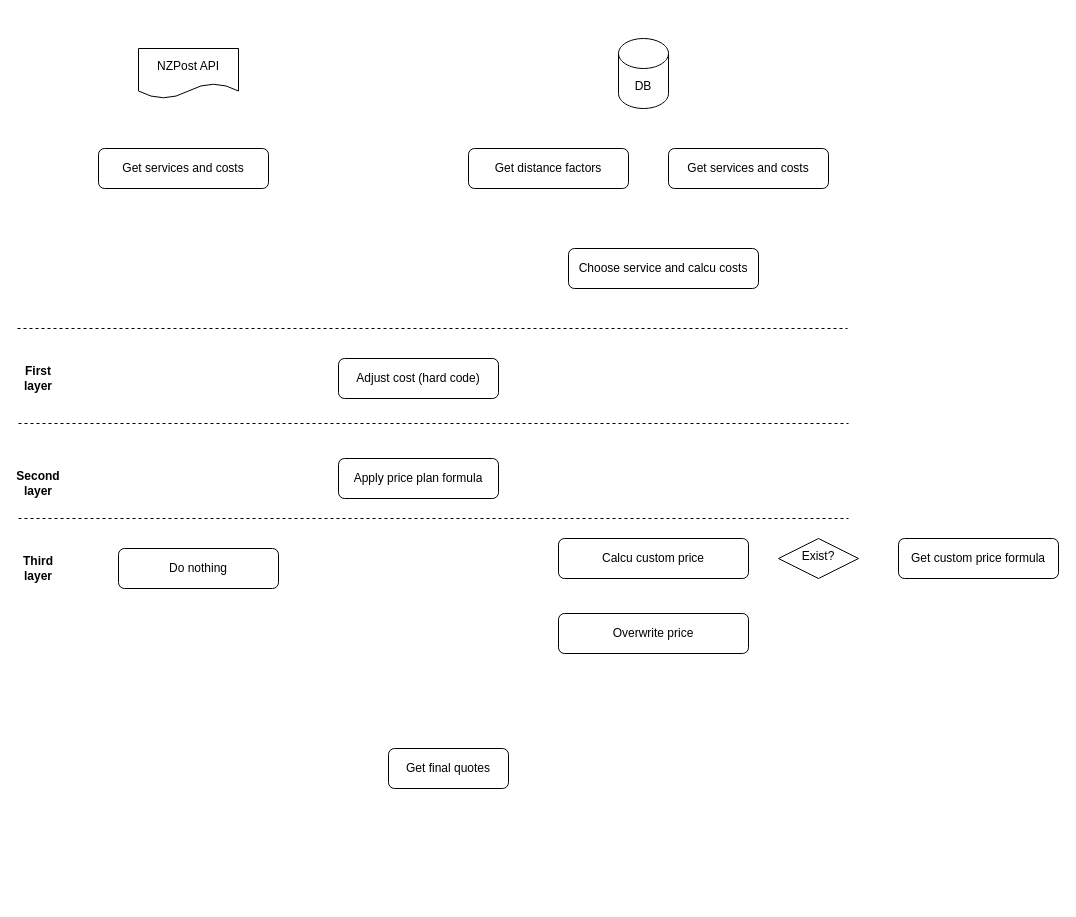
This is draw.io/Untitled Diagram.drawio from Kevin-Huang-NZ/notes, a draw.io file, before an edit. Source tidied: cells renumbered, new cells numbered last; positions are measured from the earlier drawing's top-left corner, leaving out a move shared by most shapes. Both pictures are drawn from the tidied source at 100%, with x=0, y=0 at pixel (17, 38).
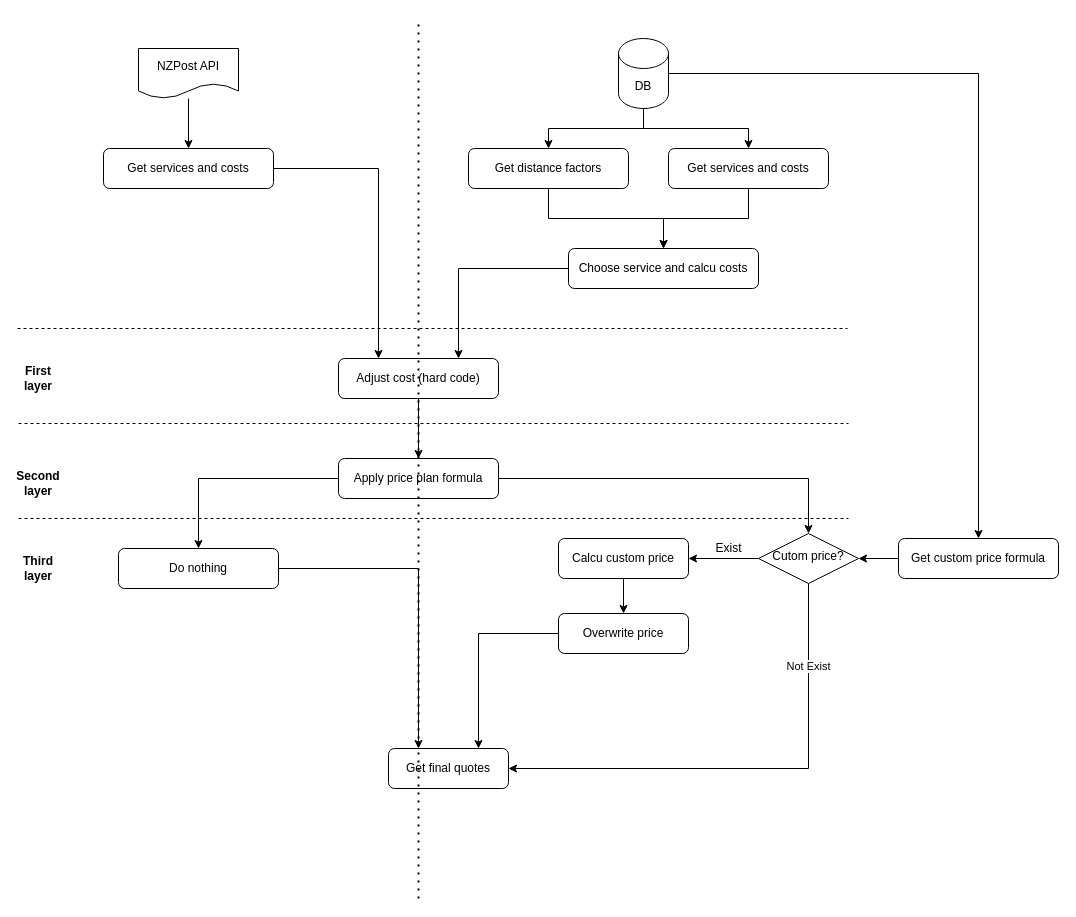
The same diagram, later.

Unchanged cells that the change refers to:
```xml
<mxCell id="4" value="Choose service and calcu costs" style="rounded=1;whiteSpace=wrap;html=1;fontSize=12;glass=0;strokeWidth=1;shadow=0;" parent="1" vertex="1">
  <mxGeometry x="551" y="210" width="190" height="40" as="geometry" />
</mxCell>
<mxCell id="5" value="Get final quotes" style="rounded=1;whiteSpace=wrap;html=1;fontSize=12;glass=0;strokeWidth=1;shadow=0;" parent="1" vertex="1">
  <mxGeometry x="371" y="710" width="120" height="40" as="geometry" />
</mxCell>
<mxCell id="6" value="Adjust cost (hard code)" style="rounded=1;whiteSpace=wrap;html=1;fontSize=12;glass=0;strokeWidth=1;shadow=0;" parent="1" vertex="1">
  <mxGeometry x="321" y="320" width="160" height="40" as="geometry" />
</mxCell>
<mxCell id="7" value="DB" style="shape=cylinder3;whiteSpace=wrap;html=1;boundedLbl=1;backgroundOutline=1;size=15;" parent="1" vertex="1">
  <mxGeometry x="601" width="50" height="70" as="geometry" />
</mxCell>
<mxCell id="8" value="NZPost API" style="shape=document;whiteSpace=wrap;html=1;boundedLbl=1;" parent="1" vertex="1">
  <mxGeometry x="121" y="10" width="100" height="50" as="geometry" />
</mxCell>
<mxCell id="9" value="Get distance factors" style="rounded=1;whiteSpace=wrap;html=1;fontSize=12;glass=0;strokeWidth=1;shadow=0;" parent="1" vertex="1">
  <mxGeometry x="451" y="110" width="160" height="40" as="geometry" />
</mxCell>
<mxCell id="10" value="Get services and costs" style="rounded=1;whiteSpace=wrap;html=1;fontSize=12;glass=0;strokeWidth=1;shadow=0;" parent="1" vertex="1">
  <mxGeometry x="651" y="110" width="160" height="40" as="geometry" />
</mxCell>
<mxCell id="15" value="Apply price plan formula" style="rounded=1;whiteSpace=wrap;html=1;fontSize=12;glass=0;strokeWidth=1;shadow=0;" parent="1" vertex="1">
  <mxGeometry x="321" y="420" width="160" height="40" as="geometry" />
</mxCell>
<mxCell id="18" value="Do nothing" style="rounded=1;whiteSpace=wrap;html=1;fontSize=12;glass=0;strokeWidth=1;shadow=0;" parent="1" vertex="1">
  <mxGeometry x="101" y="510" width="160" height="40" as="geometry" />
</mxCell>
<mxCell id="19" value="Get custom price formula" style="rounded=1;whiteSpace=wrap;html=1;fontSize=12;glass=0;strokeWidth=1;shadow=0;" parent="1" vertex="1">
  <mxGeometry x="881" y="500" width="160" height="40" as="geometry" />
</mxCell>
```

Diff of the diagram source:
```diff
@@
+    <mxCell id="22" style="edgeStyle=orthogonalEdgeStyle;rounded=0;jettySize=auto;html=1;entryX=0.25;entryY=0;entryDx=0;entryDy=0;" parent="1" edge="1" source="2" target="6">
+      <mxGeometry relative="1" as="geometry" />
+    </mxCell>
     <mxCell id="2" value="Get services and costs" style="rounded=1;whiteSpace=wrap;html=1;fontSize=12;glass=0;strokeWidth=1;shadow=0;" parent="1" vertex="1">
-      <mxGeometry x="81" y="110" width="170" height="40" as="geometry" />
+      <mxGeometry x="86" y="110" width="170" height="40" as="geometry" />
     </mxCell>
+    <mxCell id="23" style="edgeStyle=orthogonalEdgeStyle;rounded=0;jettySize=auto;html=1;entryX=1;entryY=0.5;entryDx=0;entryDy=0;" parent="1" edge="1" source="3" target="20">
+      <mxGeometry relative="1" as="geometry" />
+    </mxCell>
+    <mxCell id="24" style="edgeStyle=orthogonalEdgeStyle;rounded=0;jettySize=auto;html=1;entryX=1;entryY=0.5;entryDx=0;entryDy=0;exitX=0.5;exitY=1;exitDx=0;exitDy=0;" parent="1" edge="1" source="3" target="5">
+      <mxGeometry relative="1" as="geometry">
+        <Array as="points">
+          <mxPoint x="791" y="730" />
+        </Array>
+      </mxGeometry>
+    </mxCell>
+    <mxCell id="25" value="Not Exist" style="edgeLabel;html=1;align=center;verticalAlign=middle;" parent="24" vertex="1">
+      <mxGeometry x="-0.66" y="-1" relative="1" as="geometry" />
+    </mxCell>
-    <mxCell id="3" value="Exist?" style="rhombus;whiteSpace=wrap;html=1;shadow=0;fontFamily=Helvetica;fontSize=12;align=center;strokeWidth=1;spacing=6;spacingTop=-4;" parent="1" vertex="1">
-      <mxGeometry x="761" y="500" width="80" height="40" as="geometry" />
+    <mxCell id="3" value="Cutom price?" style="rhombus;whiteSpace=wrap;html=1;shadow=0;fontFamily=Helvetica;fontSize=12;align=center;strokeWidth=1;spacing=6;spacingTop=-4;" parent="1" vertex="1">
+      <mxGeometry x="741" y="495" width="100" height="50" as="geometry" />
     </mxCell>
+    <mxCell id="26" style="edgeStyle=orthogonalEdgeStyle;rounded=0;jettySize=auto;html=1;entryX=0.75;entryY=0;entryDx=0;entryDy=0;" parent="1" edge="1" source="4" target="6">
+      <mxGeometry relative="1" as="geometry" />
+    </mxCell>
@@
+    <mxCell id="27" style="edgeStyle=orthogonalEdgeStyle;rounded=0;jettySize=auto;html=1;entryX=0.5;entryY=0;entryDx=0;entryDy=0;" parent="1" edge="1" source="6" target="15">
+      <mxGeometry relative="1" as="geometry" />
+    </mxCell>
@@
+    <mxCell id="28" style="edgeStyle=orthogonalEdgeStyle;rounded=0;jettySize=auto;html=1;entryX=0.5;entryY=0;entryDx=0;entryDy=0;" parent="1" edge="1" source="7" target="9">
+      <mxGeometry relative="1" as="geometry" />
+    </mxCell>
+    <mxCell id="29" style="edgeStyle=orthogonalEdgeStyle;rounded=0;jettySize=auto;html=1;" parent="1" edge="1" source="7" target="10">
+      <mxGeometry relative="1" as="geometry" />
+    </mxCell>
+    <mxCell id="30" style="edgeStyle=orthogonalEdgeStyle;rounded=0;jettySize=auto;html=1;entryX=0.5;entryY=0;entryDx=0;entryDy=0;" parent="1" edge="1" source="7" target="19">
+      <mxGeometry relative="1" as="geometry" />
+    </mxCell>
@@
+    <mxCell id="31" style="edgeStyle=orthogonalEdgeStyle;rounded=0;jettySize=auto;html=1;" parent="1" edge="1" source="8" target="2">
+      <mxGeometry relative="1" as="geometry" />
+    </mxCell>
@@
+    <mxCell id="32" style="edgeStyle=orthogonalEdgeStyle;rounded=0;jettySize=auto;html=1;entryX=0.5;entryY=0;entryDx=0;entryDy=0;" parent="1" edge="1" source="9" target="4">
+      <mxGeometry relative="1" as="geometry" />
+    </mxCell>
@@
+    <mxCell id="33" style="edgeStyle=orthogonalEdgeStyle;rounded=0;jettySize=auto;html=1;entryX=0.5;entryY=0;entryDx=0;entryDy=0;" parent="1" edge="1" source="10" target="4">
+      <mxGeometry relative="1" as="geometry" />
+    </mxCell>
@@
+    <mxCell id="34" style="edgeStyle=orthogonalEdgeStyle;rounded=0;jettySize=auto;html=1;entryX=0.5;entryY=0;entryDx=0;entryDy=0;" parent="1" edge="1" source="15" target="18">
+      <mxGeometry relative="1" as="geometry" />
+    </mxCell>
+    <mxCell id="35" style="edgeStyle=orthogonalEdgeStyle;rounded=0;jettySize=auto;html=1;entryX=0.5;entryY=0;entryDx=0;entryDy=0;" parent="1" edge="1" source="15" target="3">
+      <mxGeometry relative="1" as="geometry" />
+    </mxCell>
@@
+    <mxCell id="36" style="edgeStyle=orthogonalEdgeStyle;rounded=0;jettySize=auto;html=1;entryX=0.25;entryY=0;entryDx=0;entryDy=0;" parent="1" edge="1" source="18" target="5">
+      <mxGeometry relative="1" as="geometry" />
+    </mxCell>
@@
+    <mxCell id="37" style="edgeStyle=orthogonalEdgeStyle;rounded=0;jettySize=auto;html=1;entryX=1;entryY=0.5;entryDx=0;entryDy=0;" parent="1" edge="1" source="19" target="3">
+      <mxGeometry relative="1" as="geometry" />
+    </mxCell>
@@
+    <mxCell id="38" style="edgeStyle=orthogonalEdgeStyle;rounded=0;jettySize=auto;html=1;" parent="1" edge="1" source="20" target="21">
+      <mxGeometry relative="1" as="geometry" />
+    </mxCell>
     <mxCell id="20" value="Calcu custom price" style="rounded=1;whiteSpace=wrap;html=1;fontSize=12;glass=0;strokeWidth=1;shadow=0;" parent="1" vertex="1">
-      <mxGeometry x="541" y="500" width="190" height="40" as="geometry" />
+      <mxGeometry x="541" y="500" width="130" height="40" as="geometry" />
     </mxCell>
+    <mxCell id="39" style="edgeStyle=orthogonalEdgeStyle;rounded=0;jettySize=auto;html=1;entryX=0.75;entryY=0;entryDx=0;entryDy=0;" parent="1" edge="1" source="21" target="5">
+      <mxGeometry relative="1" as="geometry" />
+    </mxCell>
     <mxCell id="21" value="Overwrite price" style="rounded=1;whiteSpace=wrap;html=1;fontSize=12;glass=0;strokeWidth=1;shadow=0;" parent="1" vertex="1">
-      <mxGeometry x="541" y="575" width="190" height="40" as="geometry" />
+      <mxGeometry x="541" y="575" width="130" height="40" as="geometry" />
     </mxCell>
+    <mxCell id="40" value="Exist" style="text;html=1;align=center;verticalAlign=middle;strokeColor=none;fillColor=none;" parent="1" vertex="1">
+      <mxGeometry x="686" y="495" width="50" height="30" as="geometry" />
+    </mxCell>
+    <mxCell id="41" style="endArrow=none;dashed=1;html=1;dashPattern=1 3;strokeWidth=2;rounded=0;" parent="1" edge="1">
+      <mxGeometry relative="1" as="geometry">
+        <mxPoint x="401" y="860" as="sourcePoint" />
+        <mxPoint x="401" y="-20" as="targetPoint" />
+      </mxGeometry>
+    </mxCell>
```
